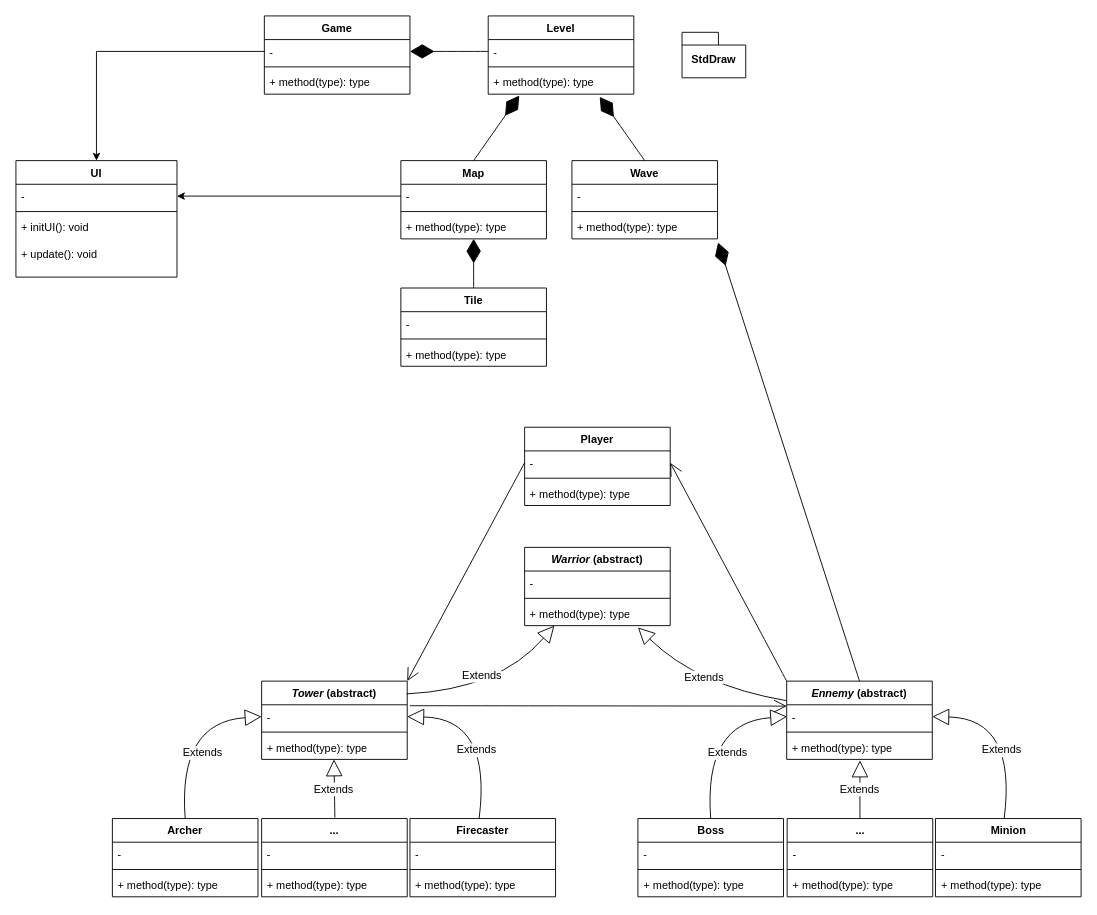
Before: UML.drawio in kiwan8/towerDefense, a draw.io diagram. Source tidied: cells renumbered, new cells numbered last; positions are measured from the earlier drawing's top-left corner, leaving out a move shared by most shapes. Both pictures are drawn from the tidied source at 91%, with x=0, y=0 at pixel (15, 15).
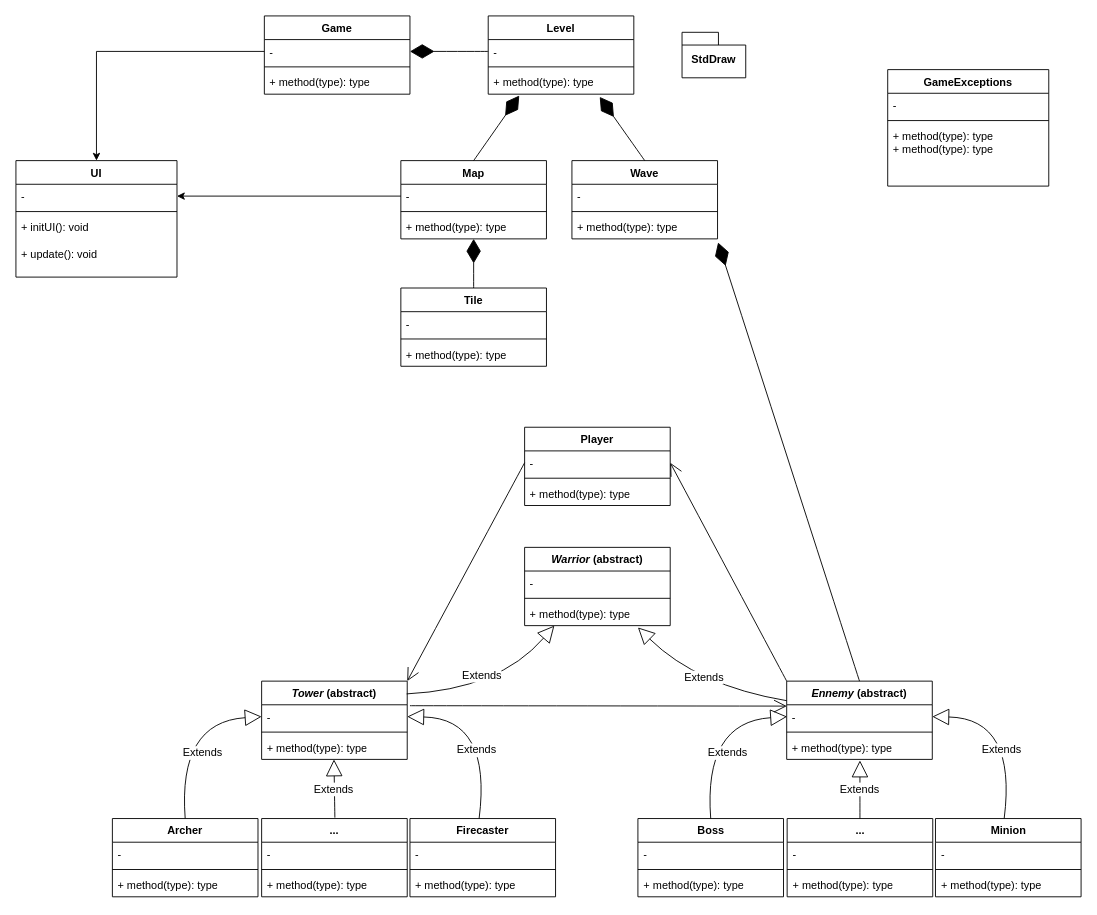
Above is the later version.

What changed in the source:
```diff
@@
+    <mxCell id="85" value="&lt;div&gt;GameExceptions&lt;/div&gt;" style="swimlane;fontStyle=1;align=center;verticalAlign=top;horizontal=1;startSize=26;whiteSpace=wrap;html=1;" parent="1" vertex="1">
+      <mxGeometry x="958" y="59" width="177" height="128" as="geometry" />
+    </mxCell>
+    <mxCell id="86" value="-" style="text;strokeColor=none;fillColor=none;align=left;verticalAlign=top;spacingLeft=4;spacingRight=4;overflow=hidden;whiteSpace=wrap;html=1;" parent="85" vertex="1">
+      <mxGeometry y="26" width="177" height="26" as="geometry" />
+    </mxCell>
+    <mxCell id="87" style="line;strokeWidth=1;fillColor=none;align=left;verticalAlign=middle;spacingTop=-1;spacingLeft=3;spacingRight=3;labelPosition=right;strokeColor=inherit;" parent="85" vertex="1">
+      <mxGeometry y="52" width="177" height="8" as="geometry" />
+    </mxCell>
+    <mxCell id="88" value="&lt;div&gt;+ method(type): type&lt;/div&gt;&lt;div&gt;+ method(type): type&lt;/div&gt;" style="text;strokeColor=none;fillColor=none;align=left;verticalAlign=top;spacingLeft=4;spacingRight=4;overflow=hidden;whiteSpace=wrap;html=1;" parent="85" vertex="1">
+      <mxGeometry y="60" width="177" height="68" as="geometry" />
+    </mxCell>
```
